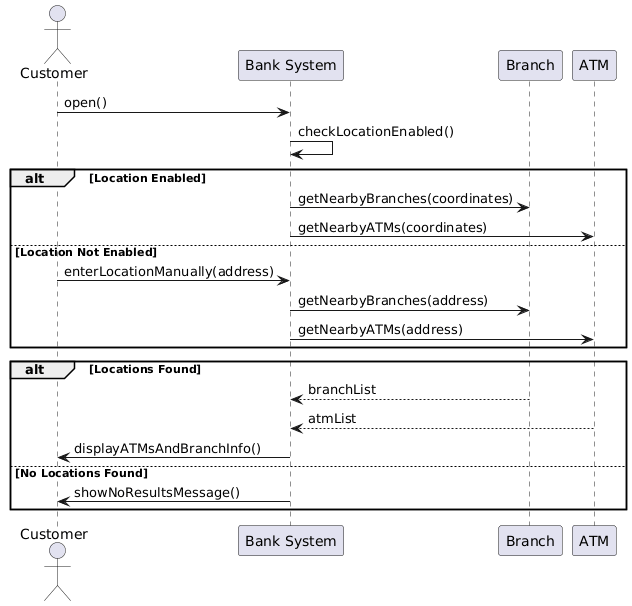
Before: Diagrams/Sequence Diagrams/SC_CS_01.png, a diagram exported from PlantUML (erindkotobelli12/BankManagementSystem).
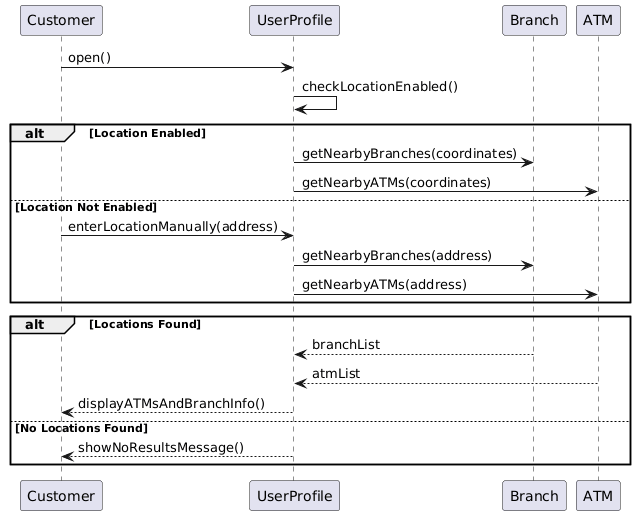
Above is the later version.

Diff of the diagram source:
```diff
@@ -1,26 +1,26 @@
 @startuml
-actor Customer
-participant "Bank System" as UI
-participant "Branch" as BranchClass
-participant "ATM" as ATMClass
+participant Customer
+participant UserProfile
+participant Branch
+participant ATM
 
-Customer -> UI : open()
-UI -> UI : checkLocationEnabled()
+Customer -> UserProfile : open()
+UserProfile -> UserProfile : checkLocationEnabled()
 
 alt Location Enabled
-    UI -> BranchClass : getNearbyBranches(coordinates)
-    UI -> ATMClass : getNearbyATMs(coordinates)
+    UserProfile -> Branch : getNearbyBranches(coordinates)
+    UserProfile -> ATM : getNearbyATMs(coordinates)
 else Location Not Enabled
-    Customer -> UI : enterLocationManually(address)
-    UI -> BranchClass : getNearbyBranches(address)
-    UI -> ATMClass : getNearbyATMs(address)
+    Customer -> UserProfile : enterLocationManually(address)
+    UserProfile -> Branch : getNearbyBranches(address)
+    UserProfile -> ATM : getNearbyATMs(address)
 end
 
 alt Locations Found
-    BranchClass --> UI : branchList
-    ATMClass --> UI : atmList
-    UI -> Customer : displayATMsAndBranchInfo()
+    Branch --> UserProfile : branchList
+    ATM --> UserProfile : atmList
+    UserProfile --> Customer : displayATMsAndBranchInfo()
 else No Locations Found
-    UI -> Customer : showNoResultsMessage()
+    UserProfile --> Customer : showNoResultsMessage()
 end
 @enduml
```
